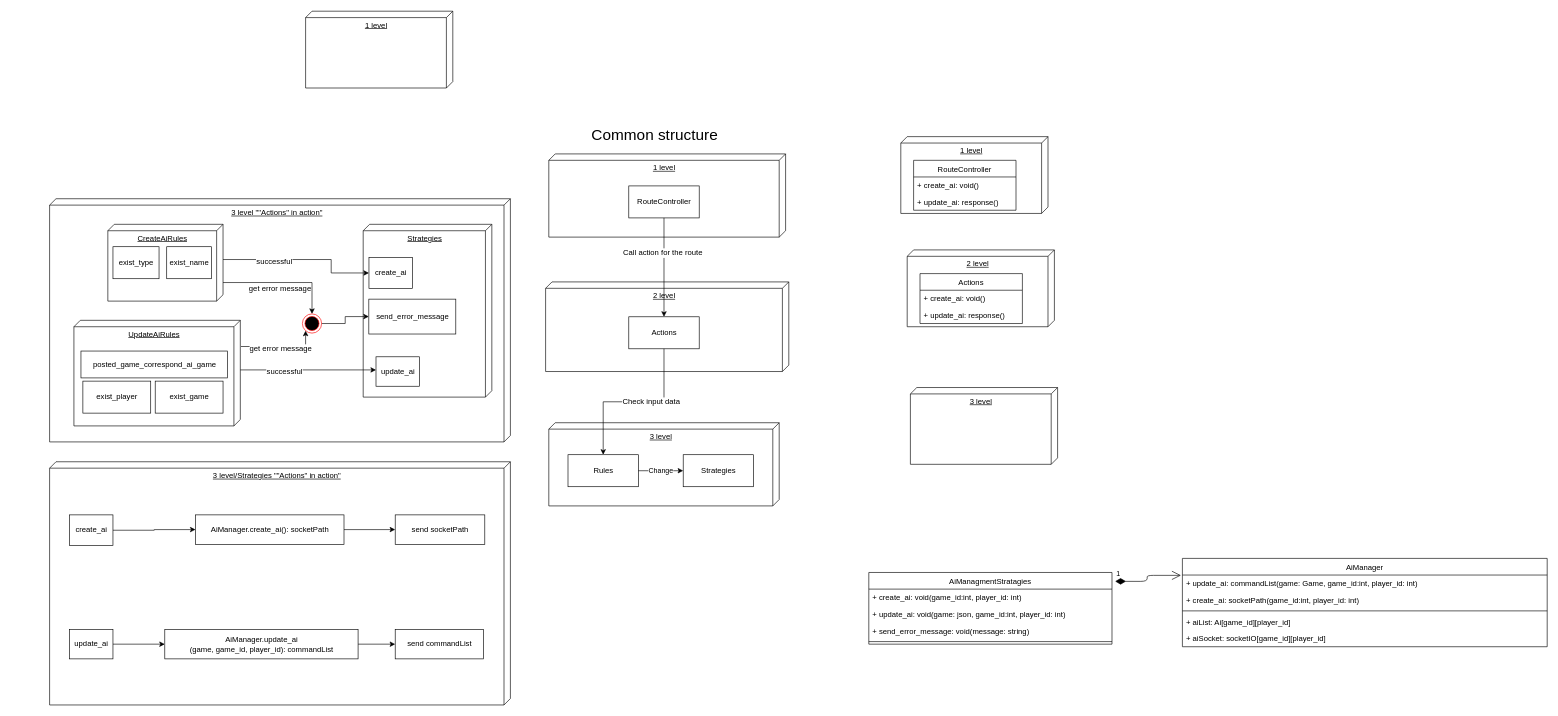
Before: Игрок против ИИ/AI-server.drawio in 7kia/dissertation-of-master-student, a draw.io diagram. Source tidied: cells renumbered, new cells numbered last; positions are measured from the earlier drawing's top-left corner, leaving out a move shared by most shapes. Both pictures are drawn from the tidied source at 64%, with x=0, y=0 at pixel (49, 11).
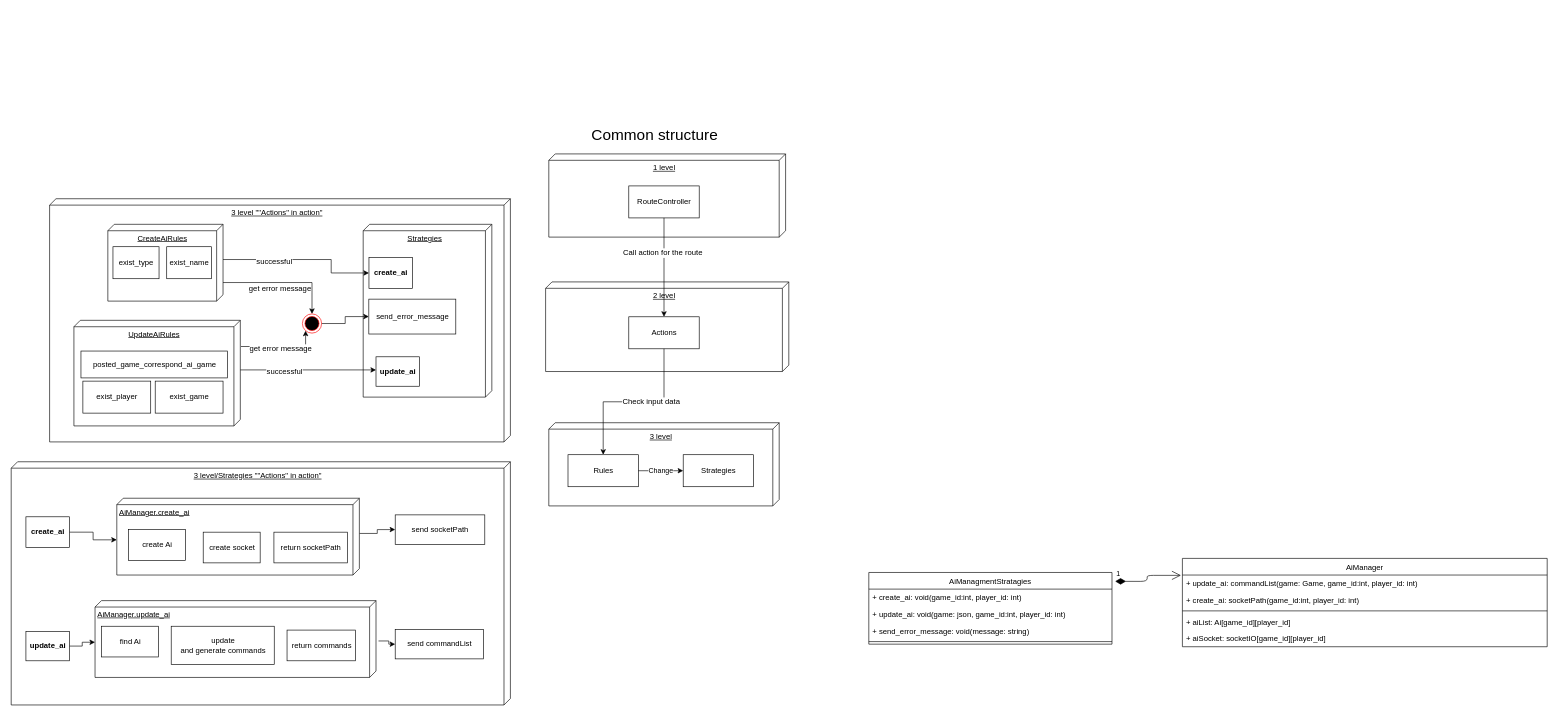
After the change.

Commit message:
Добавлено описание работы стратегий

The change refers to these unchanged cells:
```xml
<mxCell id="42" value="Strategies" style="verticalAlign=top;align=center;spacingTop=8;spacingLeft=2;spacingRight=12;shape=cube;size=10;direction=south;fontStyle=4;html=1;" parent="1" vertex="1">
  <mxGeometry x="490" y="333" width="201" height="270" as="geometry" />
</mxCell>
<mxCell id="67" value="send socketPath" style="html=1;" parent="1" vertex="1">
  <mxGeometry x="540" y="787" width="140" height="46" as="geometry" />
</mxCell>
<mxCell id="70" value="send commandList" style="html=1;" parent="1" vertex="1">
  <mxGeometry x="540" y="966" width="138" height="46" as="geometry" />
</mxCell>
```

The edit, as a diff of the source:
```diff
@@
-    <mxCell id="17" value="1 level" style="verticalAlign=top;align=center;spacingTop=8;spacingLeft=2;spacingRight=12;shape=cube;size=10;direction=south;fontStyle=4;html=1;" parent="1" vertex="1">
-      <mxGeometry x="1330" y="196" width="230" height="120" as="geometry" />
-    </mxCell>
-    <mxCell id="18" value="RouteController" style="swimlane;fontStyle=0;horizontal=1;startSize=26;fillColor=none;" parent="1" vertex="1">
-      <mxGeometry x="1350" y="233" width="160" height="78" as="geometry" />
-    </mxCell>
-    <mxCell id="19" value="+ create_ai: void()" style="text;strokeColor=none;fillColor=none;align=left;verticalAlign=top;spacingLeft=4;spacingRight=4;overflow=hidden;" parent="18" vertex="1">
-      <mxGeometry y="26" width="160" height="26" as="geometry" />
-    </mxCell>
-    <mxCell id="20" value="+ update_ai: response()" style="text;strokeColor=none;fillColor=none;align=left;verticalAlign=top;spacingLeft=4;spacingRight=4;overflow=hidden;" parent="18" vertex="1">
-      <mxGeometry y="52" width="160" height="26" as="geometry" />
-    </mxCell>
-    <mxCell id="21" value="2 level" style="verticalAlign=top;align=center;spacingTop=8;spacingLeft=2;spacingRight=12;shape=cube;size=10;direction=south;fontStyle=4;html=1;" parent="1" vertex="1">
-      <mxGeometry x="1340" y="373" width="230" height="120" as="geometry" />
-    </mxCell>
-    <mxCell id="22" value="Actions" style="swimlane;fontStyle=0;horizontal=1;startSize=26;fillColor=none;" parent="1" vertex="1">
-      <mxGeometry x="1360" y="410" width="160" height="78" as="geometry" />
-    </mxCell>
-    <mxCell id="23" value="+ create_ai: void()" style="text;strokeColor=none;fillColor=none;align=left;verticalAlign=top;spacingLeft=4;spacingRight=4;overflow=hidden;" parent="22" vertex="1">
-      <mxGeometry y="26" width="160" height="26" as="geometry" />
-    </mxCell>
-    <mxCell id="24" value="+ update_ai: response()" style="text;strokeColor=none;fillColor=none;align=left;verticalAlign=top;spacingLeft=4;spacingRight=4;overflow=hidden;" parent="22" vertex="1">
-      <mxGeometry y="52" width="160" height="26" as="geometry" />
-    </mxCell>
@@
-    <mxCell id="37" value="3 level" style="verticalAlign=top;align=center;spacingTop=8;spacingLeft=2;spacingRight=12;shape=cube;size=10;direction=south;fontStyle=4;html=1;" parent="1" vertex="1">
-      <mxGeometry x="1345" y="588" width="230" height="120" as="geometry" />
-    </mxCell>
-    <mxCell id="38" value="1 level" style="verticalAlign=top;align=center;spacingTop=8;spacingLeft=2;spacingRight=12;shape=cube;size=10;direction=south;fontStyle=4;html=1;" parent="1" vertex="1">
-      <mxGeometry x="400" width="230" height="120" as="geometry" />
-    </mxCell>
@@
-    <mxCell id="43" value="create_ai" style="html=1;" parent="42" vertex="1">
+    <mxCell id="43" value="&lt;b&gt;create_ai&lt;/b&gt;" style="html=1;" parent="42" vertex="1">
       <mxGeometry x="9" y="52" width="68" height="48" as="geometry" />
     </mxCell>
@@
-    <mxCell id="45" value="update_ai" style="html=1;" parent="42" vertex="1">
+    <mxCell id="45" value="&lt;b&gt;update_ai&lt;/b&gt;" style="html=1;" parent="42" vertex="1">
       <mxGeometry x="20" y="207" width="68" height="46" as="geometry" />
     </mxCell>
@@
     <mxCell id="60" value="3 level/Strategies &quot;&quot;Actions&quot; in action&quot;" style="verticalAlign=top;align=center;spacingTop=8;spacingLeft=2;spacingRight=12;shape=cube;size=10;direction=south;fontStyle=4;html=1;" parent="1" vertex="1">
-      <mxGeometry y="704" width="720" height="380" as="geometry" />
+      <mxGeometry x="-60" y="704" width="780" height="380" as="geometry" />
     </mxCell>
-    <mxCell id="61" style="edgeStyle=orthogonalEdgeStyle;rounded=0;jettySize=auto;html=1;exitX=1;exitY=0.5;exitDx=0;exitDy=0;entryX=0;entryY=0.5;entryDx=0;entryDy=0;" parent="1" edge="1" source="62" target="66">
+    <mxCell id="61" style="edgeStyle=orthogonalEdgeStyle;rounded=0;jettySize=auto;html=1;exitX=1;exitY=0.5;exitDx=0;exitDy=0;entryX=0;entryY=0;entryDx=65;entryDy=379;entryPerimeter=0;" parent="1" edge="1" source="62" target="71">
       <mxGeometry relative="1" as="geometry" />
     </mxCell>
-    <mxCell id="62" value="create_ai" style="html=1;" parent="1" vertex="1">
-      <mxGeometry x="31" y="787" width="68" height="48" as="geometry" />
+    <mxCell id="62" value="&lt;b&gt;create_ai&lt;/b&gt;" style="html=1;" parent="1" vertex="1">
+      <mxGeometry x="-37" y="790" width="68" height="48" as="geometry" />
     </mxCell>
-    <mxCell id="63" style="edgeStyle=orthogonalEdgeStyle;rounded=0;jettySize=auto;html=1;exitX=1;exitY=0.5;exitDx=0;exitDy=0;entryX=0;entryY=0.5;entryDx=0;entryDy=0;" parent="1" edge="1" source="64" target="69">
+    <mxCell id="63" style="edgeStyle=orthogonalEdgeStyle;rounded=0;jettySize=auto;html=1;exitX=1;exitY=0.5;exitDx=0;exitDy=0;entryX=0;entryY=0;entryDx=65;entryDy=439;entryPerimeter=0;" parent="1" edge="1" source="64" target="75">
       <mxGeometry relative="1" as="geometry" />
     </mxCell>
-    <mxCell id="64" value="update_ai" style="html=1;" parent="1" vertex="1">
-      <mxGeometry x="31" y="966" width="68" height="46" as="geometry" />
+    <mxCell id="64" value="&lt;b&gt;update_ai&lt;/b&gt;" style="html=1;" parent="1" vertex="1">
+      <mxGeometry x="-37" y="969" width="68" height="46" as="geometry" />
     </mxCell>
-    <mxCell id="65" style="edgeStyle=orthogonalEdgeStyle;rounded=0;jettySize=auto;html=1;" parent="1" edge="1" source="66" target="67">
+    <mxCell id="65" style="edgeStyle=orthogonalEdgeStyle;rounded=0;jettySize=auto;html=1;exitX=0;exitY=0;exitDx=55;exitDy=0;exitPerimeter=0;" parent="1" edge="1" source="71" target="67">
       <mxGeometry relative="1" as="geometry" />
     </mxCell>
-    <mxCell id="66" value="AiManager.create_ai(): socketPath" style="html=1;" parent="1" vertex="1">
-      <mxGeometry x="228" y="787" width="232" height="46" as="geometry" />
-    </mxCell>
@@
-    <mxCell id="68" style="edgeStyle=orthogonalEdgeStyle;rounded=0;jettySize=auto;html=1;" parent="1" edge="1" source="69" target="70">
+    <mxCell id="68" style="edgeStyle=orthogonalEdgeStyle;rounded=0;jettySize=auto;html=1;exitX=0.525;exitY=-0.009;exitDx=0;exitDy=0;exitPerimeter=0;" parent="1" edge="1" source="75" target="70">
       <mxGeometry relative="1" as="geometry" />
     </mxCell>
-    <mxCell id="69" value="&lt;div&gt;AiManager.update_ai&lt;/div&gt;&lt;div&gt;(game, game_id, player_id): commandList&lt;br&gt;&lt;/div&gt;" style="html=1;" parent="1" vertex="1">
-      <mxGeometry x="180" y="966" width="302" height="46" as="geometry" />
-    </mxCell>
@@
+    <mxCell id="71" value="AiManager.create_ai" style="verticalAlign=top;align=left;spacingTop=8;spacingLeft=2;spacingRight=12;shape=cube;size=10;direction=south;fontStyle=4;html=1;" parent="1" vertex="1">
+      <mxGeometry x="105" y="761" width="379" height="120" as="geometry" />
+    </mxCell>
+    <mxCell id="72" value="create socket" style="html=1;" parent="1" vertex="1">
+      <mxGeometry x="240" y="814" width="89" height="48" as="geometry" />
+    </mxCell>
+    <mxCell id="73" value="create Ai" style="html=1;" parent="1" vertex="1">
+      <mxGeometry x="123.5" y="810" width="89" height="48" as="geometry" />
+    </mxCell>
+    <mxCell id="74" value="return socketPath" style="html=1;" parent="1" vertex="1">
+      <mxGeometry x="350.5" y="814" width="115" height="48" as="geometry" />
+    </mxCell>
+    <mxCell id="75" value="AiManager.update_ai" style="verticalAlign=top;align=left;spacingTop=8;spacingLeft=2;spacingRight=12;shape=cube;size=10;direction=south;fontStyle=4;html=1;" parent="1" vertex="1">
+      <mxGeometry x="71" y="921" width="439" height="120" as="geometry" />
+    </mxCell>
+    <mxCell id="76" value="find Ai" style="html=1;" parent="1" vertex="1">
+      <mxGeometry x="81" y="961" width="89" height="48" as="geometry" />
+    </mxCell>
+    <mxCell id="77" value="&lt;div&gt;update &lt;br&gt;&lt;/div&gt;&lt;div&gt;and generate commands&lt;/div&gt;" style="html=1;" parent="1" vertex="1">
+      <mxGeometry x="190" y="961" width="161" height="60" as="geometry" />
+    </mxCell>
+    <mxCell id="78" value="return commands" style="html=1;" parent="1" vertex="1">
+      <mxGeometry x="371" y="967" width="107" height="48" as="geometry" />
+    </mxCell>
```
